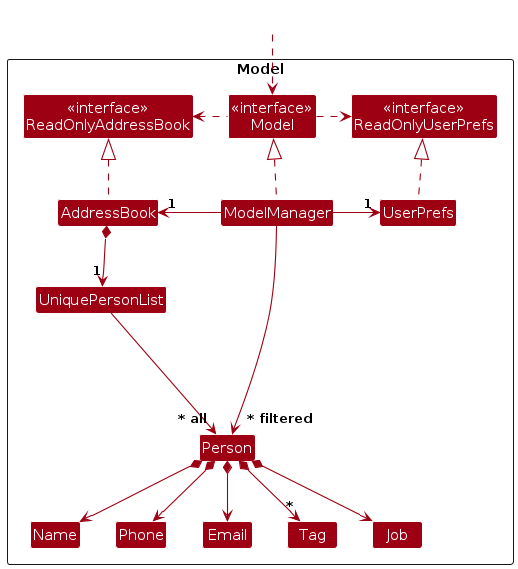
Earlier version of the PlantUML export diagrams/ModelClassDiagram.png (AY2425S1-CS2103T-W09-1/tp). Its source is kept beside it as diagrams/ModelClassDiagram.puml. Its diagram source:
```plantuml
@startuml
!include style.puml
skinparam arrowThickness 1.1
skinparam arrowColor MODEL_COLOR
skinparam classBackgroundColor MODEL_COLOR

Package Model as ModelPackage <<Rectangle>>{
Class "<<interface>>\nReadOnlyAddressBook" as ReadOnlyAddressBook
Class "<<interface>>\nReadOnlyUserPrefs" as ReadOnlyUserPrefs
Class "<<interface>>\nModel" as Model
Class AddressBook
Class ModelManager
Class UserPrefs

Class UniquePersonList
Class Person
Class Email
Class Name
Class Phone
Class Tag
Class Job

Class I #FFFFFF
}

Class HiddenOutside #FFFFFF
HiddenOutside ..> Model

AddressBook .up.|> ReadOnlyAddressBook

ModelManager .up.|> Model
Model .right.> ReadOnlyUserPrefs
Model .left.> ReadOnlyAddressBook
ModelManager -left-> "1" AddressBook
ModelManager -right-> "1" UserPrefs
UserPrefs .up.|> ReadOnlyUserPrefs

AddressBook *--> "1" UniquePersonList
UniquePersonList --> "~* all" Person
Person *--> Name
Person *--> Phone
Person *--> Email
Person *--> "*" Tag
Person *-->  Job

Person -[hidden]up--> I
UniquePersonList -[hidden]right-> I

Name -[hidden]right-> Phone


ModelManager --> "~* filtered" Person
@enduml
```
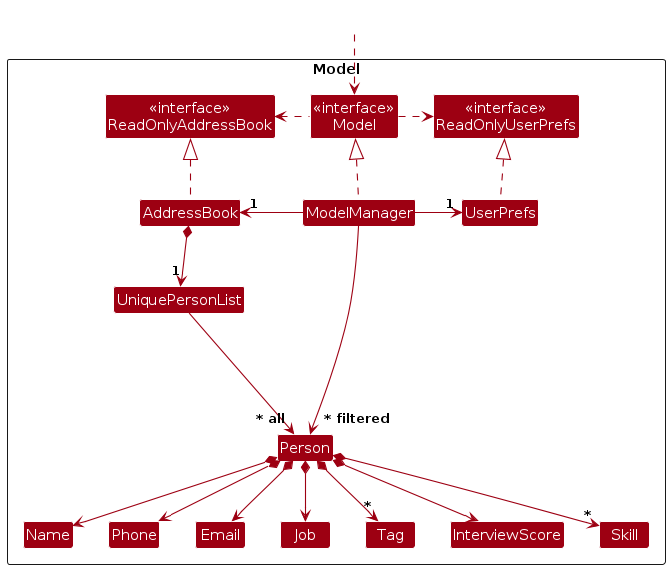
After the change.

The edit, as a diff of the source:
```diff
@@ -16,9 +16,11 @@
 Class Person
 Class Email
 Class Name
+Class Job
 Class Phone
 Class Tag
-Class Job
+Class InterviewScore
+Class Skill
 
 Class I #FFFFFF
 }
@@ -38,10 +40,13 @@
 AddressBook *--> "1" UniquePersonList
 UniquePersonList --> "~* all" Person
 Person *--> Name
+Person *--> Job
 Person *--> Phone
 Person *--> Email
 Person *--> "*" Tag
-Person *-->  Job
+Person *--> "*" Skill
+Person *--> InterviewScore
+
 
 Person -[hidden]up--> I
 UniquePersonList -[hidden]right-> I
```
